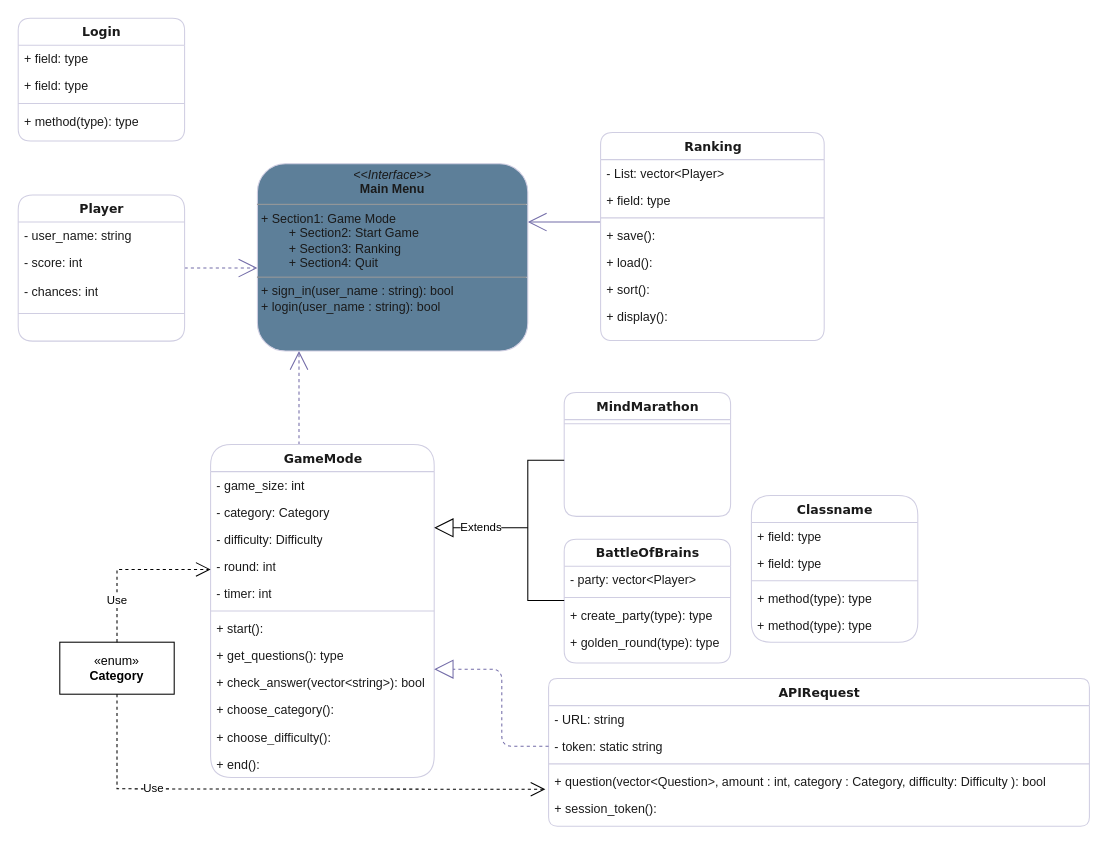
Above: UML/Game'sUML.drawio in Hani-Anvari/Game-Project (draw.io), before the change. Source tidied: cells renumbered, new cells numbered last; positions are measured from the earlier drawing's top-left corner, leaving out a move shared by most shapes. Both pictures are drawn from the tidied source at 104%, with x=0, y=0 at pixel (18, 18).
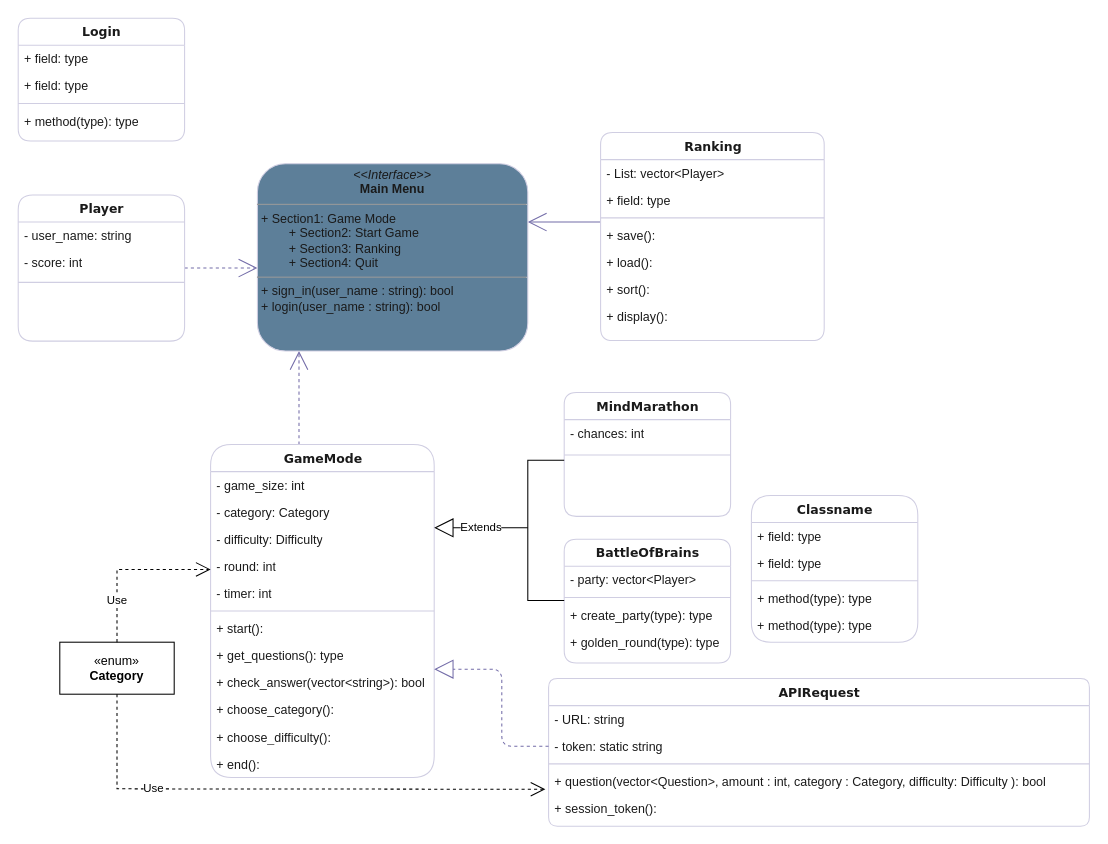
After the change.

Unchanged cells that the change refers to:
```xml
<mxCell id="32" value="Player" style="swimlane;html=1;fontStyle=1;align=center;verticalAlign=top;horizontal=1;startSize=26;swimlaneFillColor=#ffffff;rounded=1;shadow=0;comic=0;labelBackgroundColor=none;strokeWidth=1;fillColor=none;fontFamily=Verdana;fontSize=12;strokeColor=#D0CEE2;fontColor=#1A1A1A;arcSize=18;" parent="1" vertex="1">
  <mxGeometry y="170" width="160" height="140.5" as="geometry" />
</mxCell>
<mxCell id="50" value="MindMarathon" style="swimlane;html=1;fontStyle=1;align=center;verticalAlign=top;horizontal=1;startSize=26;swimlaneFillColor=#ffffff;rounded=1;shadow=0;comic=0;labelBackgroundColor=none;strokeWidth=1;fillColor=none;fontFamily=Verdana;fontSize=12;strokeColor=#D0CEE2;fontColor=#1A1A1A;" parent="1" vertex="1">
  <mxGeometry x="525" y="360" width="160" height="119" as="geometry" />
</mxCell>
```

Change to the diagram source:
```diff
@@
-    <mxCell id="35" value="- chances: int" style="text;html=1;strokeColor=none;fillColor=none;align=left;verticalAlign=top;spacingLeft=4;spacingRight=4;whiteSpace=wrap;overflow=hidden;rounded=1;labelBackgroundColor=none;fontColor=#1A1A1A;" parent="32" vertex="1">
-      <mxGeometry y="80" width="160" height="30" as="geometry" />
-    </mxCell>
     <mxCell id="36" style="line;html=1;strokeWidth=1;fillColor=none;align=left;verticalAlign=middle;spacingTop=-1;spacingLeft=3;spacingRight=3;labelPosition=right;rounded=1;labelBackgroundColor=none;strokeColor=#D0CEE2;fontColor=#1A1A1A;" parent="32" vertex="1">
-      <mxGeometry y="110" width="160" height="8" as="geometry" />
+      <mxGeometry y="80" width="160" height="8" as="geometry" />
     </mxCell>
@@
+    <mxCell id="35" value="- chances: int" style="text;html=1;strokeColor=none;fillColor=none;align=left;verticalAlign=top;spacingLeft=4;spacingRight=4;whiteSpace=wrap;overflow=hidden;rounded=1;labelBackgroundColor=none;fontColor=#1A1A1A;" parent="50" vertex="1">
+      <mxGeometry y="26" width="160" height="30" as="geometry" />
+    </mxCell>
     <mxCell id="51" style="line;html=1;strokeWidth=1;fillColor=none;align=left;verticalAlign=middle;spacingTop=-1;spacingLeft=3;spacingRight=3;labelPosition=right;rounded=1;labelBackgroundColor=none;strokeColor=#D0CEE2;fontColor=#1A1A1A;" parent="50" vertex="1">
-      <mxGeometry y="26" width="160" height="8" as="geometry" />
+      <mxGeometry y="56" width="160" height="8" as="geometry" />
     </mxCell>
```
